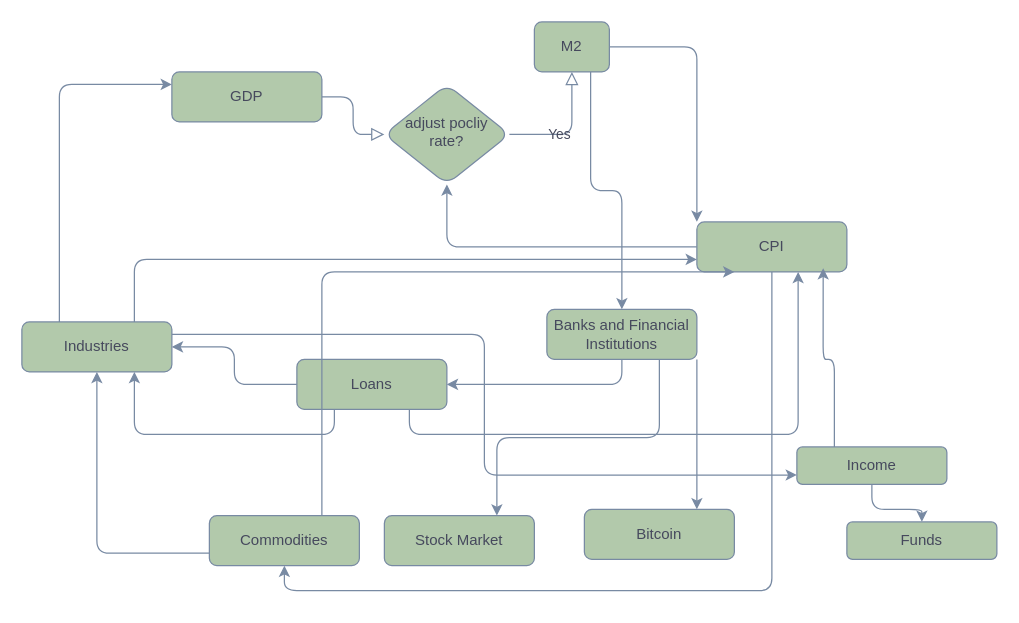
The draw.io diagram concept.drawio in quantalucia/qli, before the edit. Source tidied: cells renumbered, new cells numbered last; positions are measured from the earlier drawing's top-left corner, leaving out a move shared by most shapes. Both pictures are drawn from the tidied source at 125%, with x=0, y=0 at pixel (21, 21).
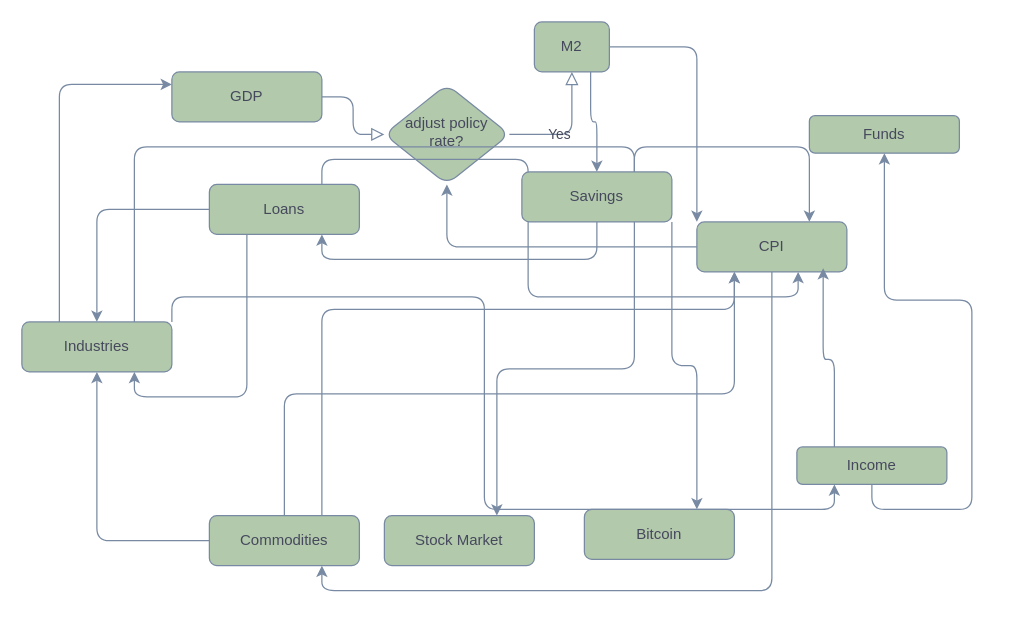
The same page after the edit.

Commit message:
entity(bank) replaced as savings

Unchanged cells that the change refers to:
```xml
<mxCell id="15" value="CPI" style="rounded=1;whiteSpace=wrap;html=1;fontSize=12;glass=0;strokeWidth=1;shadow=0;fillColor=#B2C9AB;strokeColor=#788AA3;fontColor=#46495D;" parent="1" vertex="1">
  <mxGeometry x="540" y="160" width="120" height="40" as="geometry" />
</mxCell>
<mxCell id="19" value="Industries" style="rounded=1;whiteSpace=wrap;html=1;fontSize=12;glass=0;strokeWidth=1;shadow=0;fillColor=#B2C9AB;strokeColor=#788AA3;fontColor=#46495D;" parent="1" vertex="1">
  <mxGeometry y="240" width="120" height="40" as="geometry" />
</mxCell>
<mxCell id="28" value="Income" style="rounded=1;whiteSpace=wrap;html=1;fontSize=12;glass=0;strokeWidth=1;shadow=0;fillColor=#B2C9AB;strokeColor=#788AA3;fontColor=#46495D;" parent="1" vertex="1">
  <mxGeometry x="620" y="340" width="120" height="30" as="geometry" />
</mxCell>
<mxCell id="32" value="Commodities" style="rounded=1;whiteSpace=wrap;html=1;fontSize=12;glass=0;strokeWidth=1;shadow=0;fillColor=#B2C9AB;strokeColor=#788AA3;fontColor=#46495D;" parent="1" vertex="1">
  <mxGeometry x="150" y="395" width="120" height="40" as="geometry" />
</mxCell>
```

Diff of the diagram source:
```diff
@@
-    <mxCell id="5" value="adjust pocliy rate?" style="rhombus;whiteSpace=wrap;html=1;shadow=0;fontFamily=Helvetica;fontSize=12;align=center;strokeWidth=1;spacing=6;spacingTop=-4;fillColor=#B2C9AB;strokeColor=#788AA3;fontColor=#46495D;rounded=1;" parent="1" vertex="1">
+    <mxCell id="5" value="adjust policy rate?" style="rhombus;whiteSpace=wrap;html=1;shadow=0;fontFamily=Helvetica;fontSize=12;align=center;strokeWidth=1;spacing=6;spacingTop=-4;fillColor=#B2C9AB;strokeColor=#788AA3;fontColor=#46495D;rounded=1;" parent="1" vertex="1">
       <mxGeometry x="290" y="50" width="100" height="80" as="geometry" />
     </mxCell>
@@
-    <mxCell id="9" style="edgeStyle=orthogonalEdgeStyle;rounded=1;jettySize=auto;html=1;exitX=0.75;exitY=1;exitDx=0;exitDy=0;entryX=0.675;entryY=1;entryDx=0;entryDy=0;entryPerimeter=0;strokeColor=#788AA3;fontColor=#46495D;" parent="1" edge="1" source="12" target="15">
+    <mxCell id="9" style="edgeStyle=orthogonalEdgeStyle;rounded=1;jettySize=auto;html=1;exitX=0.75;exitY=0;exitDx=0;exitDy=0;entryX=0.675;entryY=1;entryDx=0;entryDy=0;entryPerimeter=0;strokeColor=#788AA3;fontColor=#46495D;" parent="1" edge="1" source="12" target="15">
       <mxGeometry relative="1" as="geometry" />
     </mxCell>
@@
     <mxCell id="12" value="Loans" style="rounded=1;whiteSpace=wrap;html=1;fontSize=12;glass=0;strokeWidth=1;shadow=0;fillColor=#B2C9AB;strokeColor=#788AA3;fontColor=#46495D;" parent="1" vertex="1">
-      <mxGeometry x="220" y="270" width="120" height="40" as="geometry" />
+      <mxGeometry x="150" y="130" width="120" height="40" as="geometry" />
     </mxCell>
@@
-    <mxCell id="14" style="edgeStyle=orthogonalEdgeStyle;rounded=1;jettySize=auto;html=1;exitX=0.5;exitY=1;exitDx=0;exitDy=0;entryX=0.5;entryY=1;entryDx=0;entryDy=0;strokeColor=#788AA3;fontColor=#46495D;" parent="1" edge="1" source="15" target="32">
+    <mxCell id="14" style="edgeStyle=orthogonalEdgeStyle;rounded=1;jettySize=auto;html=1;exitX=0.5;exitY=1;exitDx=0;exitDy=0;entryX=0.75;entryY=1;entryDx=0;entryDy=0;strokeColor=#788AA3;fontColor=#46495D;" parent="1" edge="1" source="15" target="32">
       <mxGeometry relative="1" as="geometry" />
     </mxCell>
@@
-    <mxCell id="17" style="edgeStyle=orthogonalEdgeStyle;rounded=1;jettySize=auto;html=1;exitX=1;exitY=0.25;exitDx=0;exitDy=0;entryX=0;entryY=0.75;entryDx=0;entryDy=0;strokeColor=#788AA3;fontColor=#46495D;" parent="1" edge="1" source="19" target="28">
+    <mxCell id="17" style="edgeStyle=orthogonalEdgeStyle;rounded=1;jettySize=auto;html=1;exitX=1;exitY=0;exitDx=0;exitDy=0;entryX=0.25;entryY=1;entryDx=0;entryDy=0;strokeColor=#788AA3;fontColor=#46495D;" parent="1" edge="1" source="19" target="28">
       <mxGeometry relative="1" as="geometry" />
     </mxCell>
-    <mxCell id="18" style="edgeStyle=orthogonalEdgeStyle;rounded=1;jettySize=auto;html=1;exitX=0.75;exitY=0;exitDx=0;exitDy=0;entryX=0;entryY=0.75;entryDx=0;entryDy=0;strokeColor=#788AA3;fontColor=#46495D;" parent="1" edge="1" source="19" target="15">
+    <mxCell id="18" style="edgeStyle=orthogonalEdgeStyle;rounded=1;jettySize=auto;html=1;exitX=0.75;exitY=0;exitDx=0;exitDy=0;entryX=0.75;entryY=0;entryDx=0;entryDy=0;strokeColor=#788AA3;fontColor=#46495D;startArrow=none;" parent="1" edge="1" source="23" target="15">
       <mxGeometry relative="1" as="geometry" />
     </mxCell>
@@
-    <mxCell id="20" style="edgeStyle=orthogonalEdgeStyle;rounded=1;jettySize=auto;html=1;exitX=0.5;exitY=1;exitDx=0;exitDy=0;entryX=1;entryY=0.5;entryDx=0;entryDy=0;strokeColor=#788AA3;fontColor=#46495D;" parent="1" edge="1" source="23" target="12">
+    <mxCell id="20" style="edgeStyle=orthogonalEdgeStyle;rounded=1;jettySize=auto;html=1;exitX=0.5;exitY=1;exitDx=0;exitDy=0;entryX=0.75;entryY=1;entryDx=0;entryDy=0;strokeColor=#788AA3;fontColor=#46495D;" parent="1" edge="1" source="23" target="12">
       <mxGeometry relative="1" as="geometry" />
     </mxCell>
@@
-    <mxCell id="23" value="Banks and Financial Institutions" style="rounded=1;whiteSpace=wrap;html=1;fontSize=12;glass=0;strokeWidth=1;shadow=0;fillColor=#B2C9AB;strokeColor=#788AA3;fontColor=#46495D;" parent="1" vertex="1">
-      <mxGeometry x="420" y="230" width="120" height="40" as="geometry" />
-    </mxCell>
@@
     <mxCell id="29" value="Funds" style="rounded=1;whiteSpace=wrap;html=1;fontSize=12;glass=0;strokeWidth=1;shadow=0;fillColor=#B2C9AB;strokeColor=#788AA3;fontColor=#46495D;" parent="1" vertex="1">
-      <mxGeometry x="660" y="400" width="120" height="30" as="geometry" />
+      <mxGeometry x="630" y="75" width="120" height="30" as="geometry" />
     </mxCell>
-    <mxCell id="30" style="edgeStyle=orthogonalEdgeStyle;rounded=1;jettySize=auto;html=1;exitX=0;exitY=0.75;exitDx=0;exitDy=0;strokeColor=#788AA3;fontColor=#46495D;" parent="1" edge="1" source="32" target="19">
+    <mxCell id="30" style="edgeStyle=orthogonalEdgeStyle;rounded=1;jettySize=auto;html=1;exitX=0;exitY=0.5;exitDx=0;exitDy=0;strokeColor=#788AA3;fontColor=#46495D;" parent="1" edge="1" source="32" target="19">
       <mxGeometry relative="1" as="geometry" />
     </mxCell>
     <mxCell id="31" style="edgeStyle=orthogonalEdgeStyle;rounded=1;jettySize=auto;html=1;exitX=0.75;exitY=0;exitDx=0;exitDy=0;entryX=0.25;entryY=1;entryDx=0;entryDy=0;strokeColor=#788AA3;fontColor=#46495D;" parent="1" edge="1" source="32" target="15">
       <mxGeometry relative="1" as="geometry">
         <Array as="points">
-          <mxPoint x="240" y="200" />
+          <mxPoint x="240" y="230" />
+          <mxPoint x="570" y="230" />
         </Array>
       </mxGeometry>
     </mxCell>
+    <mxCell id="33" style="edgeStyle=orthogonalEdgeStyle;rounded=1;jettySize=auto;html=1;exitX=0.5;exitY=0;exitDx=0;exitDy=0;entryX=0.25;entryY=1;entryDx=0;entryDy=0;fontColor=#46495D;strokeColor=#788AA3;fillColor=#B2C9AB;" parent="1" edge="1" source="32" target="15">
+      <mxGeometry relative="1" as="geometry" />
+    </mxCell>
@@
+    <mxCell id="23" value="Savings" style="rounded=1;whiteSpace=wrap;html=1;fontSize=12;glass=0;strokeWidth=1;shadow=0;fillColor=#B2C9AB;strokeColor=#788AA3;fontColor=#46495D;" parent="1" vertex="1">
+      <mxGeometry x="400" y="120" width="120" height="40" as="geometry" />
+    </mxCell>
+    <mxCell id="34" style="edgeStyle=orthogonalEdgeStyle;rounded=1;jettySize=auto;html=1;exitX=0.75;exitY=0;exitDx=0;exitDy=0;entryX=0.75;entryY=0;entryDx=0;entryDy=0;strokeColor=#788AA3;fontColor=#46495D;endArrow=none;" parent="1" edge="1" source="19" target="23">
+      <mxGeometry relative="1" as="geometry" />
+    </mxCell>
```
